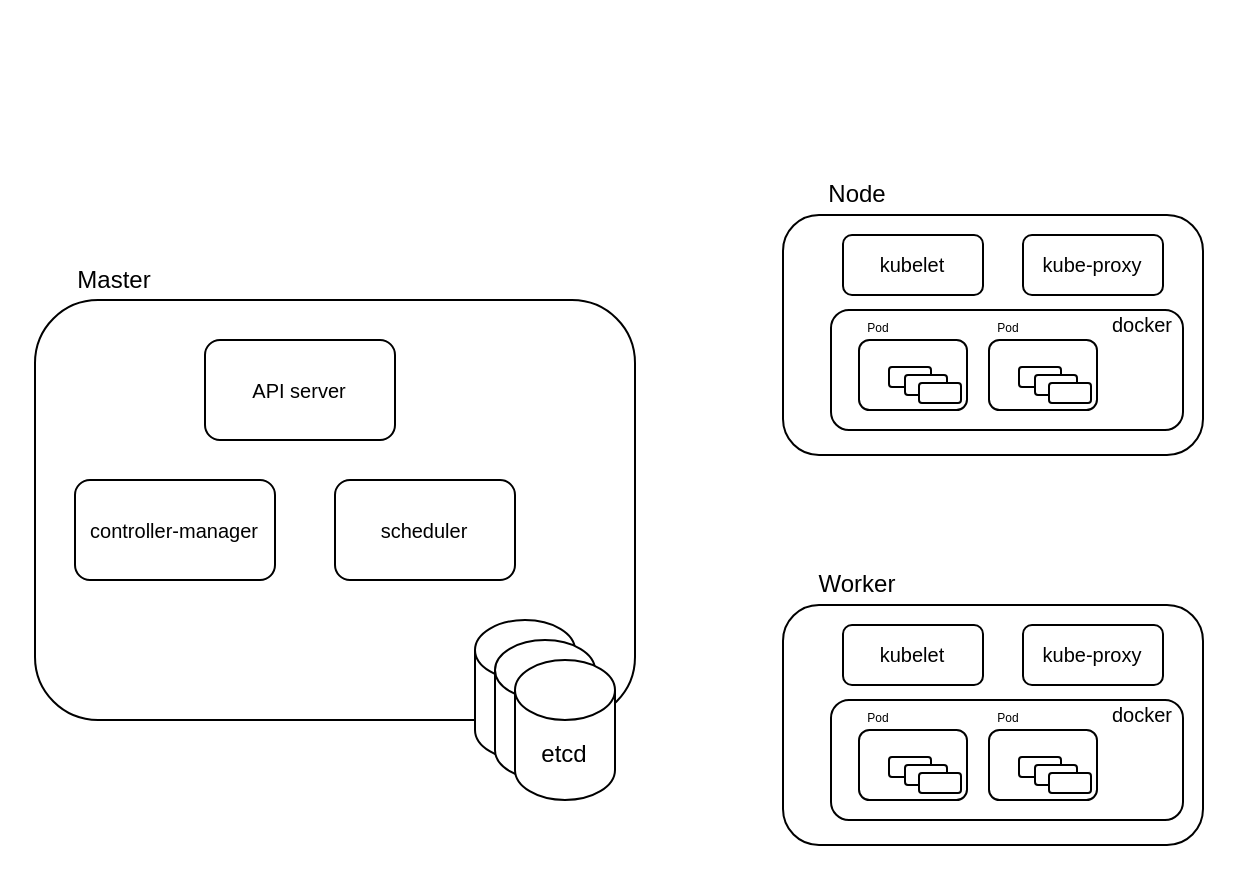
Above: img/kubernetes.drawio in ElmTran/ImgStg (draw.io), before the change. Source tidied: cells renumbered, new cells numbered last; positions are measured from the earlier drawing's top-left corner, leaving out a move shared by most shapes. Both pictures are drawn from the tidied source at 200%, with x=0, y=0 at pixel (34, 174).
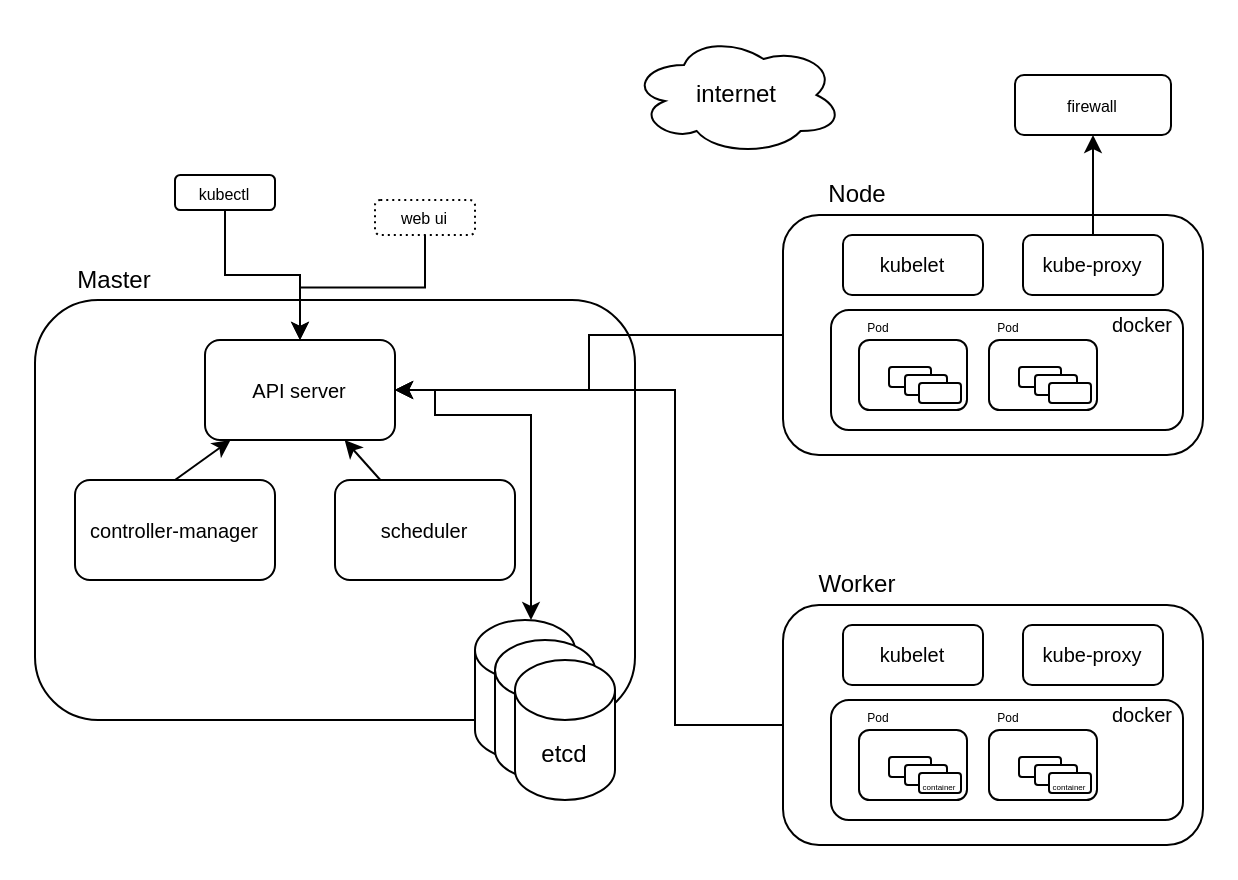
The same page after the edit.

Unchanged cells that the change refers to:
```xml
<mxCell id="3" value="&lt;font style=&quot;font-size: 10px;&quot;&gt;API server&lt;/font&gt;" style="rounded=1;whiteSpace=wrap;html=1;" parent="1" vertex="1">
  <mxGeometry x="85" y="82.5" width="95" height="50" as="geometry" />
</mxCell>
<mxCell id="4" value="&lt;font style=&quot;font-size: 10px;&quot;&gt;controller-manager&lt;/font&gt;" style="rounded=1;whiteSpace=wrap;html=1;" parent="1" vertex="1">
  <mxGeometry x="20" y="152.5" width="100" height="50" as="geometry" />
</mxCell>
<mxCell id="5" value="&lt;font style=&quot;font-size: 10px;&quot;&gt;scheduler&lt;/font&gt;" style="rounded=1;whiteSpace=wrap;html=1;" parent="1" vertex="1">
  <mxGeometry x="150" y="152.5" width="90" height="50" as="geometry" />
</mxCell>
<mxCell id="6" style="rounded=1;whiteSpace=wrap;html=1;" parent="1" vertex="1">
  <mxGeometry x="374" y="20" width="210" height="120" as="geometry" />
</mxCell>
<mxCell id="8" value="&lt;font style=&quot;font-size: 10px;&quot;&gt;kube-proxy&lt;/font&gt;" style="rounded=1;whiteSpace=wrap;html=1;" parent="1" vertex="1">
  <mxGeometry x="494" y="30" width="70" height="30" as="geometry" />
</mxCell>
<mxCell id="23" style="rounded=1;whiteSpace=wrap;html=1;" parent="1" vertex="1">
  <mxGeometry x="374" y="215" width="210" height="120" as="geometry" />
</mxCell>
<mxCell id="39" style="shape=cylinder3;whiteSpace=wrap;html=1;boundedLbl=1;backgroundOutline=1;size=15;" parent="1" vertex="1">
  <mxGeometry x="220" y="222.5" width="50" height="70" as="geometry" />
</mxCell>
```

Diff of the diagram source:
```diff
@@
+    <mxCell id="42" style="rounded=0;jettySize=auto;html=1;exitX=0.5;exitY=0;exitDx=0;exitDy=0;" parent="1" edge="1" source="4" target="3">
+      <mxGeometry relative="1" as="geometry" />
+    </mxCell>
@@
+    <mxCell id="43" style="rounded=0;jettySize=auto;html=1;" parent="1" edge="1" source="5" target="3">
+      <mxGeometry relative="1" as="geometry" />
+    </mxCell>
@@
+    <mxCell id="44" style="edgeStyle=orthogonalEdgeStyle;rounded=0;jettySize=auto;html=1;entryX=1;entryY=0.5;entryDx=0;entryDy=0;" parent="1" edge="1" source="6" target="3">
+      <mxGeometry relative="1" as="geometry" />
+    </mxCell>
@@
+    <mxCell id="45" style="edgeStyle=orthogonalEdgeStyle;rounded=0;jettySize=auto;html=1;" parent="1" edge="1" source="8" target="53">
+      <mxGeometry relative="1" as="geometry" />
+    </mxCell>
@@
+    <mxCell id="46" style="edgeStyle=orthogonalEdgeStyle;rounded=0;jettySize=auto;html=1;entryX=1;entryY=0.5;entryDx=0;entryDy=0;" parent="1" edge="1" source="23" target="3">
+      <mxGeometry relative="1" as="geometry">
+        <Array as="points">
+          <mxPoint x="320" y="275" />
+          <mxPoint x="320" y="108" />
+        </Array>
+      </mxGeometry>
+    </mxCell>
@@
-    <mxCell id="31" style="rounded=1;whiteSpace=wrap;html=1;" parent="1" vertex="1">
+    <mxCell id="31" value="&lt;font style=&quot;font-size: 4px;&quot;&gt;container&lt;/font&gt;" style="rounded=1;whiteSpace=wrap;html=1;" parent="1" vertex="1">
       <mxGeometry x="442" y="299" width="21" height="10" as="geometry" />
     </mxCell>
@@
-    <mxCell id="36" style="rounded=1;whiteSpace=wrap;html=1;" parent="1" vertex="1">
+    <mxCell id="36" value="&lt;font style=&quot;font-size: 4px;&quot;&gt;container&lt;/font&gt;" style="rounded=1;whiteSpace=wrap;html=1;" parent="1" vertex="1">
       <mxGeometry x="507" y="299" width="21" height="10" as="geometry" />
     </mxCell>
@@
+    <mxCell id="47" style="rounded=0;jettySize=auto;html=1;entryX=1;entryY=0.5;entryDx=0;entryDy=0;edgeStyle=orthogonalEdgeStyle;startArrow=classic;startFill=1;" parent="1" edge="1" source="39" target="3">
+      <mxGeometry relative="1" as="geometry">
+        <Array as="points">
+          <mxPoint x="248" y="120" />
+          <mxPoint x="200" y="120" />
+          <mxPoint x="200" y="108" />
+        </Array>
+      </mxGeometry>
+    </mxCell>
@@
+    <mxCell id="48" style="edgeStyle=orthogonalEdgeStyle;rounded=0;jettySize=auto;html=1;" parent="1" edge="1" source="49" target="3">
+      <mxGeometry relative="1" as="geometry" />
+    </mxCell>
+    <mxCell id="49" value="&lt;font style=&quot;font-size: 8px;&quot;&gt;kubectl&lt;/font&gt;" style="rounded=1;whiteSpace=wrap;html=1;" parent="1" vertex="1">
+      <mxGeometry x="70" width="50" height="17.5" as="geometry" />
+    </mxCell>
+    <mxCell id="50" style="edgeStyle=orthogonalEdgeStyle;rounded=0;jettySize=auto;html=1;" parent="1" edge="1" source="51" target="3">
+      <mxGeometry relative="1" as="geometry" />
+    </mxCell>
+    <mxCell id="51" value="&lt;font style=&quot;font-size: 8px;&quot;&gt;web ui&lt;/font&gt;" style="rounded=1;whiteSpace=wrap;html=1;dashed=1;dashPattern=1 2;" parent="1" vertex="1">
+      <mxGeometry x="170" y="12.5" width="50" height="17.5" as="geometry" />
+    </mxCell>
+    <mxCell id="52" value="internet" style="ellipse;shape=cloud;whiteSpace=wrap;html=1;" parent="1" vertex="1">
+      <mxGeometry x="298" y="-70" width="106" height="60" as="geometry" />
+    </mxCell>
+    <mxCell id="53" value="&lt;font style=&quot;font-size: 8px;&quot;&gt;firewall&lt;/font&gt;" style="rounded=1;whiteSpace=wrap;html=1;" parent="1" vertex="1">
+      <mxGeometry x="490" y="-50" width="78" height="30" as="geometry" />
+    </mxCell>
```
